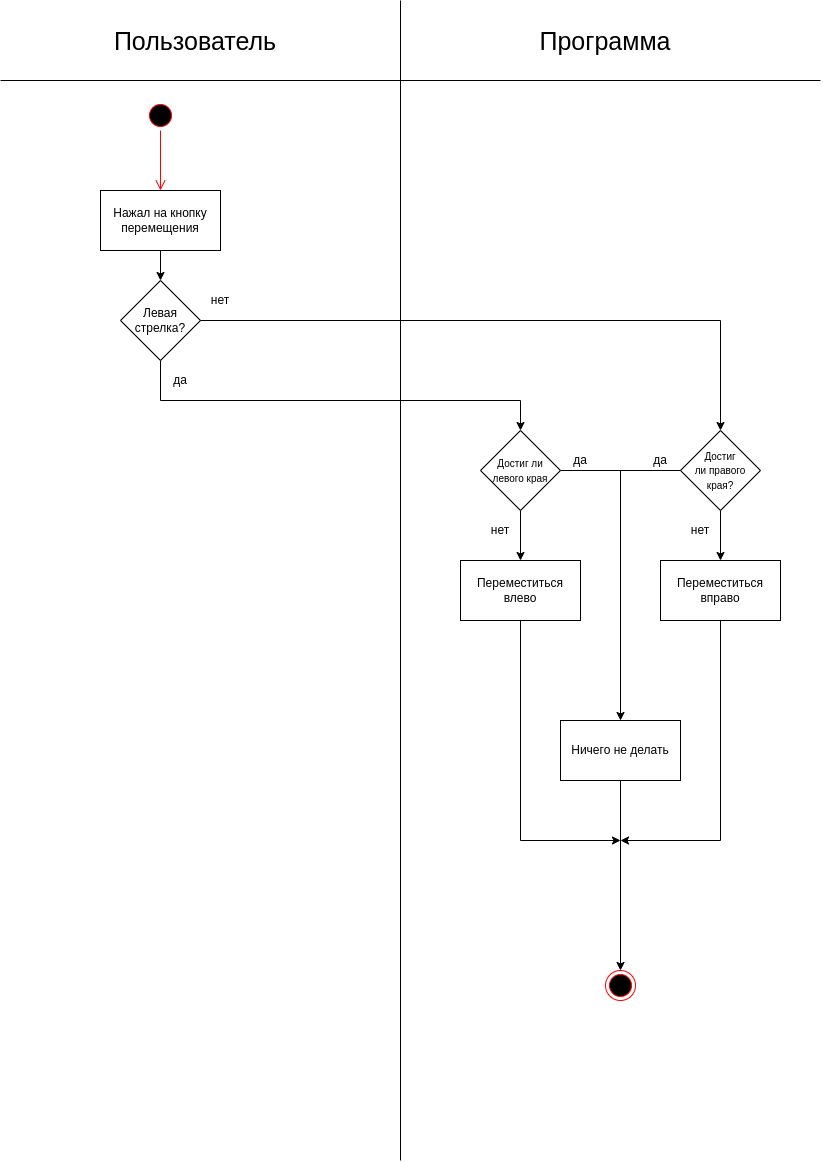
The draw.io diagram act_diagr/Move.png in postavtezachet/TRIPTO2, before a commit. Source tidied: cells renumbered, new cells last; positions are measured from the earlier drawing's top-left corner, leaving out a move shared by most shapes.
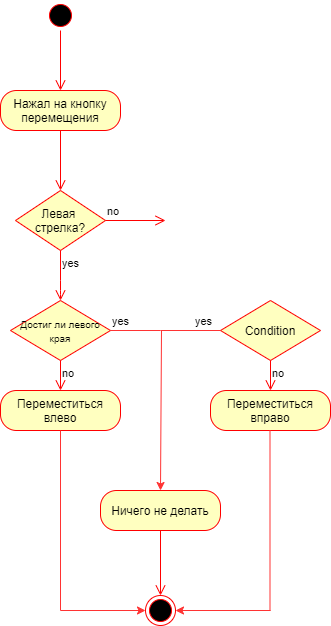
Above is the later version.

Change to the diagram source:
```diff
@@ -2,152 +2,114 @@
   <root>
     <mxCell id="0" />
     <mxCell id="1" parent="0" />
-    <mxCell id="2" style="endArrow=none;html=1;" parent="1" edge="1">
-      <mxGeometry relative="1" as="geometry">
-        <mxPoint y="80" as="sourcePoint" />
-        <mxPoint x="820" y="80" as="targetPoint" />
-      </mxGeometry>
-    </mxCell>
-    <mxCell id="3" style="endArrow=none;html=1;" parent="1" edge="1">
-      <mxGeometry relative="1" as="geometry">
-        <mxPoint x="400" as="sourcePoint" />
-        <mxPoint x="400" y="1160" as="targetPoint" />
-      </mxGeometry>
-    </mxCell>
-    <mxCell id="4" value="&lt;font style=&quot;font-size: 25px&quot;&gt;Пользователь&lt;/font&gt;" style="text;html=1;strokeColor=none;fillColor=none;align=center;verticalAlign=middle;whiteSpace=wrap;rounded=0;" parent="1" vertex="1">
-      <mxGeometry width="390" height="80" as="geometry" />
-    </mxCell>
-    <mxCell id="5" value="&lt;font style=&quot;font-size: 25px&quot;&gt;Программа&lt;/font&gt;" style="text;html=1;strokeColor=none;fillColor=none;align=center;verticalAlign=middle;whiteSpace=wrap;rounded=0;" parent="1" vertex="1">
-      <mxGeometry x="410" width="390" height="80" as="geometry" />
-    </mxCell>
+    <mxCell id="36" style="ellipse;html=1;shape=endState;fillColor=#000000;strokeColor=#ff0000;" parent="1" vertex="1">
+      <mxGeometry x="495" y="665" width="30" height="30" as="geometry" />
+    </mxCell>
-    <mxCell id="6" value="Нажал на кнопку перемещения" style="rounded=0;whiteSpace=wrap;html=1;" parent="1" vertex="1">
-      <mxGeometry x="100" y="190" width="120" height="60" as="geometry" />
+    <mxCell id="6" value="Нажал на кнопку перемещения" style="rounded=1;whiteSpace=wrap;html=1;arcSize=40;fontColor=#000000;fillColor=#ffffc0;strokeColor=#ff0000;" parent="1" vertex="1">
+      <mxGeometry x="350" y="160" width="120" height="40" as="geometry" />
     </mxCell>
-    <mxCell id="7" style="ellipse;html=1;shape=startState;fillColor=#000000;strokeColor=#ff0000;" parent="1" vertex="1">
-      <mxGeometry x="145" y="100" width="30" height="30" as="geometry" />
-    </mxCell>
-    <mxCell id="8" style="edgeStyle=orthogonalEdgeStyle;html=1;verticalAlign=bottom;endArrow=open;endSize=8;strokeColor=#ff0000;" parent="1" edge="1" source="7">
-      <mxGeometry relative="1" as="geometry">
-        <mxPoint x="160" y="190" as="targetPoint" />
-      </mxGeometry>
-    </mxCell>
+    <mxCell id="37" style="edgeStyle=orthogonalEdgeStyle;html=1;verticalAlign=bottom;endArrow=open;endSize=8;strokeColor=#ff0000;" parent="1" edge="1" source="6">
+      <mxGeometry relative="1" as="geometry">
+        <mxPoint x="410" y="260" as="targetPoint" />
+      </mxGeometry>
+    </mxCell>
+    <mxCell id="38" style="ellipse;html=1;shape=startState;fillColor=#000000;strokeColor=#ff0000;" parent="1" vertex="1">
+      <mxGeometry x="395" y="70" width="30" height="30" as="geometry" />
+    </mxCell>
+    <mxCell id="39" style="edgeStyle=orthogonalEdgeStyle;html=1;verticalAlign=bottom;endArrow=open;endSize=8;strokeColor=#ff0000;" parent="1" edge="1" source="38">
+      <mxGeometry relative="1" as="geometry">
+        <mxPoint x="410" y="160" as="targetPoint" />
+      </mxGeometry>
+    </mxCell>
-    <mxCell id="9" value="Левая стрелка?" style="rhombus;whiteSpace=wrap;html=1;" parent="1" vertex="1">
-      <mxGeometry x="120" y="280" width="80" height="80" as="geometry" />
+    <mxCell id="9" value="Левая &lt;br&gt;стрелка?" style="rhombus;whiteSpace=wrap;html=1;fillColor=#ffffc0;strokeColor=#ff0000;" parent="1" vertex="1">
+      <mxGeometry x="365" y="260" width="90" height="60" as="geometry" />
     </mxCell>
-    <mxCell id="10" style="endArrow=classic;html=1;exitX=0.5;exitY=1;exitDx=0;exitDy=0;entryX=0.5;entryY=0;entryDx=0;entryDy=0;" parent="1" edge="1" source="6" target="9">
-      <mxGeometry relative="1" as="geometry" />
-    </mxCell>
-    <mxCell id="11" style="endArrow=none;html=1;exitX=0.5;exitY=1;exitDx=0;exitDy=0;" parent="1" edge="1" source="9">
-      <mxGeometry relative="1" as="geometry">
-        <mxPoint x="160" y="400" as="targetPoint" />
-      </mxGeometry>
-    </mxCell>
-    <mxCell id="12" style="endArrow=none;html=1;" parent="1" edge="1">
-      <mxGeometry relative="1" as="geometry">
-        <mxPoint x="160" y="400" as="sourcePoint" />
-        <mxPoint x="520" y="400" as="targetPoint" />
-      </mxGeometry>
-    </mxCell>
+    <mxCell id="40" value="no" style="edgeStyle=orthogonalEdgeStyle;html=1;align=left;verticalAlign=bottom;endArrow=open;endSize=8;strokeColor=#ff0000;" parent="1" edge="1" source="9">
+      <mxGeometry x="-1" relative="1" as="geometry">
+        <mxPoint x="515" y="290" as="targetPoint" />
+      </mxGeometry>
+    </mxCell>
+    <mxCell id="41" value="yes" style="edgeStyle=orthogonalEdgeStyle;html=1;align=left;verticalAlign=top;endArrow=open;endSize=8;strokeColor=#ff0000;" parent="1" edge="1" source="9">
+      <mxGeometry x="-1" relative="1" as="geometry">
+        <mxPoint x="410" y="370" as="targetPoint" />
+        <Array as="points">
+          <mxPoint x="410" y="360" />
+        </Array>
+      </mxGeometry>
+    </mxCell>
-    <mxCell id="13" value="&lt;font style=&quot;font-size: 10px&quot;&gt;Достиг ли левого края&lt;/font&gt;" style="rhombus;whiteSpace=wrap;html=1;" parent="1" vertex="1">
-      <mxGeometry x="480" y="430" width="80" height="80" as="geometry" />
+    <mxCell id="13" value="&lt;span style=&quot;font-size: 10px&quot;&gt;Достиг ли левого края&lt;/span&gt;" style="rhombus;whiteSpace=wrap;html=1;fillColor=#ffffc0;strokeColor=#ff0000;" parent="1" vertex="1">
+      <mxGeometry x="360" y="370" width="100" height="60" as="geometry" />
     </mxCell>
-    <mxCell id="14" style="endArrow=classic;html=1;entryX=0.5;entryY=0;entryDx=0;entryDy=0;" parent="1" edge="1" target="13">
-      <mxGeometry relative="1" as="geometry">
-        <mxPoint x="520" y="400" as="sourcePoint" />
-      </mxGeometry>
-    </mxCell>
-    <mxCell id="15" value="да" style="text;html=1;strokeColor=none;fillColor=none;align=center;verticalAlign=middle;whiteSpace=wrap;rounded=0;" parent="1" vertex="1">
-      <mxGeometry x="160" y="370" width="40" height="20" as="geometry" />
-    </mxCell>
-    <mxCell id="16" style="endArrow=none;html=1;exitX=1;exitY=0.5;exitDx=0;exitDy=0;" parent="1" edge="1" source="9">
-      <mxGeometry relative="1" as="geometry">
-        <mxPoint x="720" y="320" as="targetPoint" />
-      </mxGeometry>
-    </mxCell>
-    <mxCell id="17" style="endArrow=classic;html=1;entryX=0.5;entryY=0;entryDx=0;entryDy=0;" parent="1" edge="1" target="18">
-      <mxGeometry relative="1" as="geometry">
-        <mxPoint x="720" y="320" as="sourcePoint" />
-      </mxGeometry>
-    </mxCell>
-    <mxCell id="18" value="&lt;font style=&quot;font-size: 10px&quot;&gt;Достиг ли&amp;nbsp;правого края?&lt;/font&gt;" style="rhombus;whiteSpace=wrap;html=1;" parent="1" vertex="1">
-      <mxGeometry x="680" y="430" width="80" height="80" as="geometry" />
-    </mxCell>
-    <mxCell id="19" value="нет" style="text;html=1;strokeColor=none;fillColor=none;align=center;verticalAlign=middle;whiteSpace=wrap;rounded=0;" parent="1" vertex="1">
-      <mxGeometry x="200" y="290" width="40" height="20" as="geometry" />
-    </mxCell>
-    <mxCell id="20" value="нет" style="text;html=1;strokeColor=none;fillColor=none;align=center;verticalAlign=middle;whiteSpace=wrap;rounded=0;" parent="1" vertex="1">
-      <mxGeometry x="480" y="520" width="40" height="20" as="geometry" />
-    </mxCell>
-    <mxCell id="21" style="endArrow=classic;html=1;exitX=0.5;exitY=1;exitDx=0;exitDy=0;" parent="1" edge="1" source="13">
-      <mxGeometry relative="1" as="geometry">
-        <mxPoint x="520" y="560" as="targetPoint" />
-      </mxGeometry>
-    </mxCell>
+    <mxCell id="42" value="no" style="edgeStyle=orthogonalEdgeStyle;html=1;align=left;verticalAlign=top;endArrow=open;endSize=8;strokeColor=#ff0000;" parent="1" edge="1" source="13">
+      <mxGeometry x="-1" relative="1" as="geometry">
+        <mxPoint x="410" y="460" as="targetPoint" />
+      </mxGeometry>
+    </mxCell>
+    <mxCell id="43" value="Condition" style="rhombus;whiteSpace=wrap;html=1;fillColor=#ffffc0;strokeColor=#ff0000;" parent="1" vertex="1">
+      <mxGeometry x="570" y="370" width="100" height="60" as="geometry" />
+    </mxCell>
+    <mxCell id="44" value="no" style="edgeStyle=orthogonalEdgeStyle;html=1;align=left;verticalAlign=top;endArrow=open;endSize=8;strokeColor=#ff0000;" parent="1" edge="1" source="43">
+      <mxGeometry x="-1" relative="1" as="geometry">
+        <mxPoint x="620" y="460" as="targetPoint" />
+      </mxGeometry>
+    </mxCell>
+    <mxCell id="45" style="endArrow=none;html=1;entryX=0;entryY=0.5;entryDx=0;entryDy=0;strokeColor=#FF3333;" parent="1" edge="1" target="43">
+      <mxGeometry relative="1" as="geometry">
+        <mxPoint x="510" y="400" as="sourcePoint" />
+      </mxGeometry>
+    </mxCell>
+    <mxCell id="46" value="yes" style="edgeLabel;html=1;align=center;verticalAlign=middle;" parent="45" vertex="1">
+      <mxGeometry x="0.4" relative="1" as="geometry">
+        <mxPoint y="-10" as="offset" />
+      </mxGeometry>
+    </mxCell>
+    <mxCell id="47" style="endArrow=classic;html=1;strokeColor=#FF3333;entryX=0.5;entryY=0;entryDx=0;entryDy=0;" parent="1" edge="1" target="28">
+      <mxGeometry relative="1" as="geometry">
+        <mxPoint x="511" y="400" as="sourcePoint" />
+      </mxGeometry>
+    </mxCell>
+    <mxCell id="48" style="endArrow=none;html=1;strokeColor=#FF3333;exitX=1;exitY=0.5;exitDx=0;exitDy=0;" parent="1" edge="1" source="13">
+      <mxGeometry relative="1" as="geometry">
+        <mxPoint x="510" y="400" as="targetPoint" />
+      </mxGeometry>
+    </mxCell>
+    <mxCell id="49" value="yes" style="edgeLabel;html=1;align=center;verticalAlign=middle;" parent="48" vertex="1">
+      <mxGeometry x="-0.42" y="-1" relative="1" as="geometry">
+        <mxPoint x="-4.3" y="-11" as="offset" />
+      </mxGeometry>
+    </mxCell>
-    <mxCell id="22" value="Переместиться влево" style="rounded=0;whiteSpace=wrap;html=1;" parent="1" vertex="1">
-      <mxGeometry x="460" y="560" width="120" height="60" as="geometry" />
+    <mxCell id="22" value="Переместиться влево" style="rounded=1;whiteSpace=wrap;html=1;arcSize=40;fontColor=#000000;fillColor=#ffffc0;strokeColor=#ff0000;" parent="1" vertex="1">
+      <mxGeometry x="350" y="460" width="120" height="40" as="geometry" />
     </mxCell>
-    <mxCell id="23" value="нет" style="text;html=1;strokeColor=none;fillColor=none;align=center;verticalAlign=middle;whiteSpace=wrap;rounded=0;" parent="1" vertex="1">
-      <mxGeometry x="680" y="520" width="40" height="20" as="geometry" />
-    </mxCell>
-    <mxCell id="24" style="endArrow=classic;html=1;exitX=0.5;exitY=1;exitDx=0;exitDy=0;" parent="1" edge="1">
-      <mxGeometry relative="1" as="geometry">
-        <mxPoint x="720" y="510" as="sourcePoint" />
-        <mxPoint x="720" y="560" as="targetPoint" />
-      </mxGeometry>
-    </mxCell>
-    <mxCell id="25" value="Переместиться вправо" style="rounded=0;whiteSpace=wrap;html=1;" parent="1" vertex="1">
-      <mxGeometry x="660" y="560" width="120" height="60" as="geometry" />
+    <mxCell id="25" value="Переместиться вправо" style="rounded=1;whiteSpace=wrap;html=1;arcSize=40;fontColor=#000000;fillColor=#ffffc0;strokeColor=#ff0000;" parent="1" vertex="1">
+      <mxGeometry x="560" y="460" width="120" height="40" as="geometry" />
     </mxCell>
-    <mxCell id="26" style="endArrow=none;html=1;entryX=0;entryY=0.5;entryDx=0;entryDy=0;" parent="1" edge="1" target="18">
-      <mxGeometry relative="1" as="geometry">
-        <mxPoint x="560" y="470" as="sourcePoint" />
-      </mxGeometry>
-    </mxCell>
-    <mxCell id="27" style="endArrow=classic;html=1;" parent="1" edge="1">
-      <mxGeometry relative="1" as="geometry">
-        <mxPoint x="620" y="470" as="sourcePoint" />
-        <mxPoint x="620" y="720" as="targetPoint" />
-      </mxGeometry>
-    </mxCell>
-    <mxCell id="28" value="Ничего не делать" style="rounded=0;whiteSpace=wrap;html=1;" parent="1" vertex="1">
-      <mxGeometry x="560" y="720" width="120" height="60" as="geometry" />
+    <mxCell id="28" value="Ничего не делать" style="rounded=1;whiteSpace=wrap;html=1;arcSize=40;fontColor=#000000;fillColor=#ffffc0;strokeColor=#ff0000;" parent="1" vertex="1">
+      <mxGeometry x="450" y="560" width="120" height="40" as="geometry" />
     </mxCell>
-    <mxCell id="29" value="да" style="text;html=1;strokeColor=none;fillColor=none;align=center;verticalAlign=middle;whiteSpace=wrap;rounded=0;" parent="1" vertex="1">
-      <mxGeometry x="560" y="450" width="40" height="20" as="geometry" />
-    </mxCell>
-    <mxCell id="30" value="да" style="text;html=1;strokeColor=none;fillColor=none;align=center;verticalAlign=middle;whiteSpace=wrap;rounded=0;" parent="1" vertex="1">
-      <mxGeometry x="640" y="450" width="40" height="20" as="geometry" />
-    </mxCell>
-    <mxCell id="31" style="endArrow=none;html=1;entryX=0.5;entryY=1;entryDx=0;entryDy=0;" parent="1" edge="1" target="22">
-      <mxGeometry relative="1" as="geometry">
-        <mxPoint x="520" y="840" as="sourcePoint" />
-      </mxGeometry>
-    </mxCell>
-    <mxCell id="32" style="endArrow=none;html=1;entryX=0.5;entryY=1;entryDx=0;entryDy=0;" parent="1" edge="1">
-      <mxGeometry relative="1" as="geometry">
-        <mxPoint x="720" y="840" as="sourcePoint" />
-        <mxPoint x="720" y="620" as="targetPoint" />
-      </mxGeometry>
-    </mxCell>
-    <mxCell id="33" style="endArrow=classic;html=1;exitX=0.5;exitY=1;exitDx=0;exitDy=0;" parent="1" edge="1" source="28">
-      <mxGeometry relative="1" as="geometry">
-        <mxPoint x="620" y="970" as="targetPoint" />
-      </mxGeometry>
-    </mxCell>
-    <mxCell id="34" style="endArrow=classic;html=1;" parent="1" edge="1">
-      <mxGeometry relative="1" as="geometry">
-        <mxPoint x="520" y="840" as="sourcePoint" />
-        <mxPoint x="620" y="840" as="targetPoint" />
-      </mxGeometry>
-    </mxCell>
-    <mxCell id="35" style="endArrow=classic;html=1;" parent="1" edge="1">
-      <mxGeometry relative="1" as="geometry">
-        <mxPoint x="720" y="840" as="sourcePoint" />
-        <mxPoint x="620" y="840" as="targetPoint" />
-      </mxGeometry>
-    </mxCell>
-    <mxCell id="36" style="ellipse;html=1;shape=endState;fillColor=#000000;strokeColor=#ff0000;" parent="1" vertex="1">
-      <mxGeometry x="605" y="970" width="30" height="30" as="geometry" />
-    </mxCell>
+    <mxCell id="50" style="edgeStyle=orthogonalEdgeStyle;html=1;verticalAlign=bottom;endArrow=open;endSize=8;strokeColor=#ff0000;entryX=0.5;entryY=0;entryDx=0;entryDy=0;" parent="1" edge="1" source="28" target="36">
+      <mxGeometry relative="1" as="geometry" />
+    </mxCell>
+    <mxCell id="51" style="endArrow=none;html=1;strokeColor=#FF3333;entryX=0.5;entryY=1;entryDx=0;entryDy=0;" parent="1" edge="1" target="22">
+      <mxGeometry relative="1" as="geometry">
+        <mxPoint x="410" y="680" as="sourcePoint" />
+      </mxGeometry>
+    </mxCell>
+    <mxCell id="52" style="endArrow=none;html=1;strokeColor=#FF3333;entryX=0.5;entryY=1;entryDx=0;entryDy=0;" parent="1" edge="1">
+      <mxGeometry relative="1" as="geometry">
+        <mxPoint x="619.5" y="680" as="sourcePoint" />
+        <mxPoint x="619.5" y="500" as="targetPoint" />
+      </mxGeometry>
+    </mxCell>
+    <mxCell id="53" style="endArrow=classic;html=1;strokeColor=#FF3333;entryX=0;entryY=0.5;entryDx=0;entryDy=0;" parent="1" edge="1" target="36">
+      <mxGeometry relative="1" as="geometry">
+        <mxPoint x="410" y="680" as="sourcePoint" />
+      </mxGeometry>
+    </mxCell>
+    <mxCell id="54" style="endArrow=classic;html=1;strokeColor=#FF3333;entryX=1;entryY=0.5;entryDx=0;entryDy=0;" parent="1" edge="1" target="36">
+      <mxGeometry relative="1" as="geometry">
+        <mxPoint x="620" y="680" as="sourcePoint" />
+      </mxGeometry>
+    </mxCell>
   </root>
 </mxGraphModel>
```
